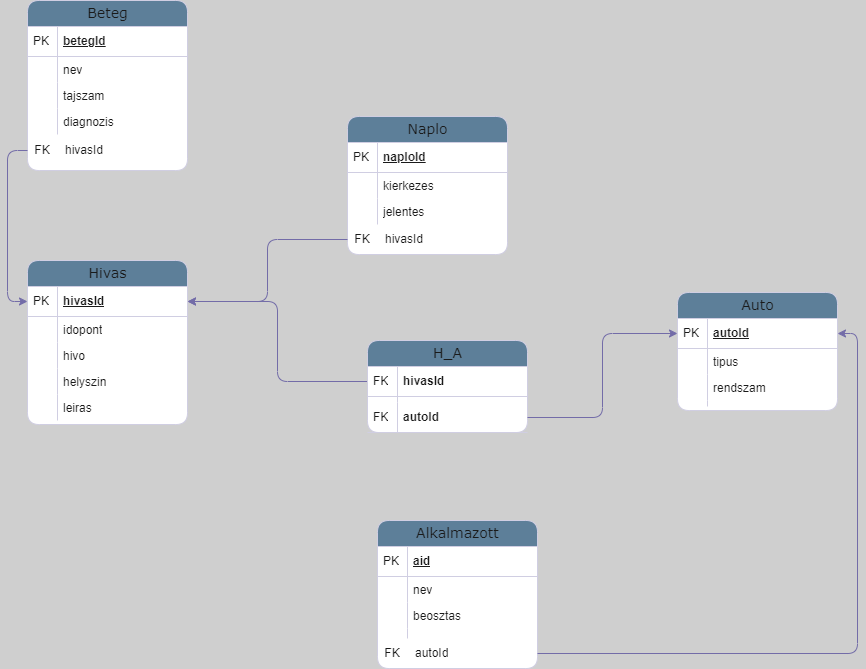
Before: mentoszolgalat.png, a diagram exported from draw.io (Fbencee/PLSQL_beadando). Source tidied: cells renumbered, new cells last; positions are measured from the earlier drawing's top-left corner, leaving out a move shared by most shapes.
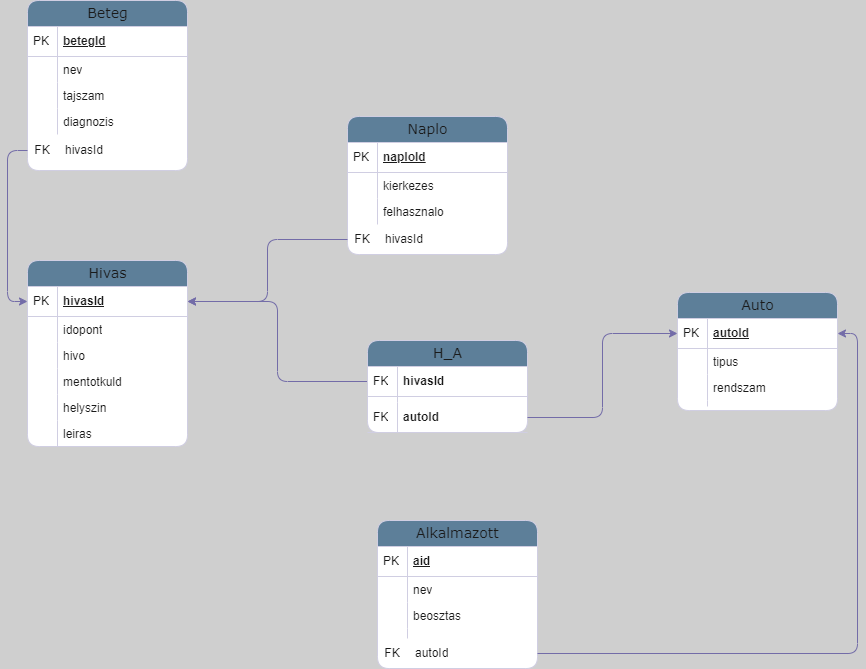
The same diagram one commit later.

Change to the diagram source:
```diff
@@ -42,7 +42,7 @@
       <mxGeometry x="30" width="130" height="30" as="geometry" />
     </mxCell>
     <mxCell id="15" value="Hivas" style="swimlane;html=1;fontStyle=0;horizontal=1;startSize=26;fillColor=#5D7F99;swimlaneFillColor=#ffffff;align=center;rounded=1;shadow=0;comic=0;labelBackgroundColor=none;strokeWidth=1;fontFamily=Verdana;fontSize=14;strokeColor=#D0CEE2;fontColor=#1A1A1A;" parent="1" vertex="1">
-      <mxGeometry y="260" width="160" height="164" as="geometry" />
+      <mxGeometry y="260" width="160" height="186" as="geometry" />
     </mxCell>
     <mxCell id="16" value="hivasId" style="shape=partialRectangle;top=0;left=0;right=0;bottom=1;html=1;align=left;verticalAlign=middle;fillColor=none;spacingLeft=34;spacingRight=4;whiteSpace=wrap;overflow=hidden;points=[[0,0.5],[1,0.5]];portConstraint=eastwest;fontStyle=5;labelBackgroundColor=none;strokeColor=#D0CEE2;fontColor=#1A1A1A;rounded=1;" parent="15" vertex="1">
       <mxGeometry y="26" width="160" height="30" as="geometry" />
@@ -62,14 +62,20 @@
     <mxCell id="21" style="shape=partialRectangle;top=0;left=0;bottom=0;html=1;fillColor=none;align=left;verticalAlign=top;spacingLeft=4;spacingRight=4;whiteSpace=wrap;overflow=hidden;labelBackgroundColor=none;strokeColor=#D0CEE2;fontColor=#1A1A1A;rounded=1;" parent="20" vertex="1">
       <mxGeometry width="30" height="26" as="geometry" />
     </mxCell>
-    <mxCell id="22" value="helyszin" style="shape=partialRectangle;top=0;left=0;right=0;bottom=0;html=1;align=left;verticalAlign=top;fillColor=none;spacingLeft=34;spacingRight=4;whiteSpace=wrap;overflow=hidden;labelBackgroundColor=none;strokeColor=#D0CEE2;fontColor=#1A1A1A;rounded=1;" parent="15" vertex="1">
+    <mxCell id="22" value="mentotkuld" style="shape=partialRectangle;top=0;left=0;right=0;bottom=0;html=1;align=left;verticalAlign=top;fillColor=none;spacingLeft=34;spacingRight=4;whiteSpace=wrap;overflow=hidden;labelBackgroundColor=none;strokeColor=#D0CEE2;fontColor=#1A1A1A;rounded=1;" parent="15" vertex="1">
       <mxGeometry y="108" width="160" height="26" as="geometry" />
     </mxCell>
     <mxCell id="23" style="shape=partialRectangle;top=0;left=0;bottom=0;html=1;fillColor=none;align=left;verticalAlign=top;spacingLeft=4;spacingRight=4;whiteSpace=wrap;overflow=hidden;labelBackgroundColor=none;strokeColor=#D0CEE2;fontColor=#1A1A1A;rounded=1;" parent="22" vertex="1">
       <mxGeometry width="30" height="26" as="geometry" />
     </mxCell>
+    <mxCell id="71" value="helyszin" style="shape=partialRectangle;top=0;left=0;right=0;bottom=0;html=1;align=left;verticalAlign=top;fillColor=none;spacingLeft=34;spacingRight=4;whiteSpace=wrap;overflow=hidden;labelBackgroundColor=none;strokeColor=#D0CEE2;fontColor=#1A1A1A;rounded=1;" parent="15" vertex="1">
+      <mxGeometry y="134" width="160" height="26" as="geometry" />
+    </mxCell>
+    <mxCell id="72" style="shape=partialRectangle;top=0;left=0;bottom=0;html=1;fillColor=none;align=left;verticalAlign=top;spacingLeft=4;spacingRight=4;whiteSpace=wrap;overflow=hidden;labelBackgroundColor=none;strokeColor=#D0CEE2;fontColor=#1A1A1A;rounded=1;" parent="71" vertex="1">
+      <mxGeometry width="30" height="26" as="geometry" />
+    </mxCell>
     <mxCell id="24" value="leiras" style="shape=partialRectangle;top=0;left=0;right=0;bottom=0;html=1;align=left;verticalAlign=top;fillColor=none;spacingLeft=34;spacingRight=4;whiteSpace=wrap;overflow=hidden;labelBackgroundColor=none;strokeColor=#D0CEE2;fontColor=#1A1A1A;rounded=1;" parent="15" vertex="1">
-      <mxGeometry y="134" width="160" height="26" as="geometry" />
+      <mxGeometry y="160" width="160" height="26" as="geometry" />
     </mxCell>
     <mxCell id="25" style="shape=partialRectangle;top=0;left=0;bottom=0;html=1;fillColor=none;align=left;verticalAlign=top;spacingLeft=4;spacingRight=4;whiteSpace=wrap;overflow=hidden;labelBackgroundColor=none;strokeColor=#D0CEE2;fontColor=#1A1A1A;rounded=1;" parent="24" vertex="1">
       <mxGeometry width="30" height="26" as="geometry" />
@@ -89,7 +95,7 @@
     <mxCell id="30" style="shape=partialRectangle;top=0;left=0;bottom=0;html=1;fillColor=none;align=left;verticalAlign=top;spacingLeft=4;spacingRight=4;whiteSpace=wrap;overflow=hidden;labelBackgroundColor=none;strokeColor=#D0CEE2;fontColor=#1A1A1A;rounded=1;" parent="29" vertex="1">
       <mxGeometry width="30" height="26" as="geometry" />
     </mxCell>
-    <mxCell id="31" value="jelentes" style="shape=partialRectangle;top=0;left=0;right=0;bottom=0;html=1;align=left;verticalAlign=top;fillColor=none;spacingLeft=34;spacingRight=4;whiteSpace=wrap;overflow=hidden;labelBackgroundColor=none;strokeColor=#D0CEE2;fontColor=#1A1A1A;rounded=1;" parent="26" vertex="1">
+    <mxCell id="31" value="felhasznalo" style="shape=partialRectangle;top=0;left=0;right=0;bottom=0;html=1;align=left;verticalAlign=top;fillColor=none;spacingLeft=34;spacingRight=4;whiteSpace=wrap;overflow=hidden;labelBackgroundColor=none;strokeColor=#D0CEE2;fontColor=#1A1A1A;rounded=1;" parent="26" vertex="1">
       <mxGeometry y="82" width="160" height="26" as="geometry" />
     </mxCell>
     <mxCell id="32" style="shape=partialRectangle;top=0;left=0;bottom=0;html=1;fillColor=none;align=left;verticalAlign=top;spacingLeft=4;spacingRight=4;whiteSpace=wrap;overflow=hidden;labelBackgroundColor=none;strokeColor=#D0CEE2;fontColor=#1A1A1A;rounded=1;" parent="31" vertex="1">
```
